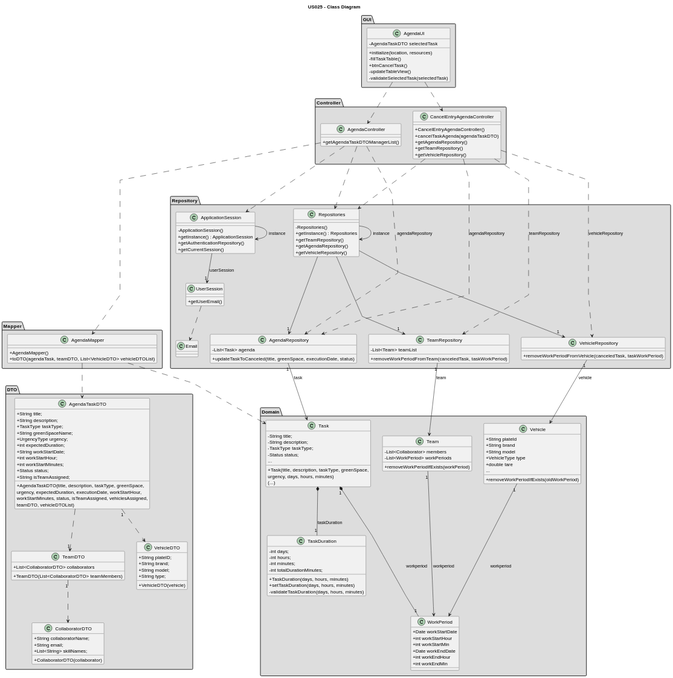
Above: docs/sprintC/us025/03.design/svg/us025-class-diagram.svg in Rui-San/LAPR2_2023_2024 (PlantUML), before the change. Source of this version:
```plantuml
@startuml
skinparam packageStyle rectangle
skinparam shadowing false
skinparam linetype polyline

skinparam classAttributeIconSize 0
title US025 - Class Diagram

package GUI <<Folder>> #DDDDDD {

class AgendaUI {
    - AgendaTaskDTO selectedTask
    + initialize(location, resources)
    - fillTaskTable()
    + btnCancelTask()
    - updateTableView()
    - validateSelectedTask(selectedTask)
}
}

package Controller <<Folder>> #DDDDDD {
class CancelEntryAgendaController {
    + CancelEntryAgendaController()
    + cancelTaskAgenda(agendaTaskDTO)
    + getAgendaRepository()
    + getTeamRepository()
    + getVehicleRepository()
}

class AgendaController{
    + getAgendaTaskDTOManagerList()
}
}

package Repository <<Folder>> #DDDDDD {
class TeamRepository{
    - List<Team> teamList

    + removeWorkPeriodFromTeam(canceledTask, taskWorkPeriod)
}

class VehicleRepository{
    + removeWorkPeriodFromVehicle(canceledTask, taskWorkPeriod)
}

class AgendaRepository{
    - List<Task> agenda

    + updateTaskToCanceled(title, greenSpace, executionDate, status)
}
class Repositories {
    - Repositories()
    + getInstance() : Repositories
    + getTeamRepository()
    + getAgendaRepository()
    + getVehicleRepository()
}

class ApplicationSession{
    - ApplicationSession()
    + getInstance() : ApplicationSession
    + getAuthenticationRepository()
    + getCurrentSession()

}

class UserSession{
    + getUserEmail()

}

class Email{

}

}


package Domain <<Folder>> #DDDDDD {
class Vehicle{
    + String plateId
    + String brand
    + String model
    + VehicleType type
    + double tare
    ...
    + removeWorkPeriodIfExists(oldWorkPeriod)
}


class Team {
    - List<Collaborator> members
    - List<WorkPeriod> workPeriods

    + removeWorkPeriodIfExists(workPeriod)
}

class Task {
    - String title;
    - String description;
    - TaskType taskType;
    - Status status;
    ...

    + Task(title, description, taskType, greenSpace,\nurgency, days, hours, minutes)
    (...)
}

class WorkPeriod{
    + Date workStartDate
    + int workStartHour
    + int workStartMin
    + Date workEndDate
    + int workEndHour
    + int workEndMin

}

class TaskDuration {
    - int days;
    - int hours;
    - int minutes;
    - int totalDurationMinutes;

    + TaskDuration(days, hours, minutes)
    + setTaskDuration(days, hours, minutes)
    - validateTaskDuration(days, hours, minutes)
}

}


package Mapper <<Folder>> #DDDDDD {

class AgendaMapper{
    + AgendaMapper()
    + toDTO(agendaTask, teamDTO, List<VehicleDTO> vehicleDTOList)

}

}

package DTO <<Folder>> #DDDDDD {

class AgendaTaskDTO {
    + String title;
    + String description;
    + TaskType taskType;
    + String greenSpaceName;
    + UrgencyType urgency;
    + int expectedDuration;
    + String workStartDate;
    + int workStartHour;
    + int workStartMinutes;
    + Status status;
    + String isTeamAssigned;

    + AgendaTaskDTO(title, description, taskType, greenSpace,\nurgency, expectedDuration, executionDate, workStartHour,\nworkStartMinutes, status, isTeamAssigned, vehiclesAssigned,\nteamDTO, vehicleDTOList)

}

class CollaboratorDTO{
    + String collaboratorName;
    + String email;
    + List<String> skillNames;

    + CollaboratorDTO(collaborator)

    }

class TeamDTO{
    + List<CollaboratorDTO> collaborators
    + TeamDTO(List<CollaboratorDTO> teamMembers)
    }

class VehicleDTO{
    + String plateID;
    + String brand;
    + String model;
    + String type;

    +VehicleDTO(vehicle)

}

}




AgendaUI ..> AgendaController
AgendaUI ..> CancelEntryAgendaController
AgendaController ...> Repositories
CancelEntryAgendaController ..> Repositories
AgendaController .> ApplicationSession
ApplicationSession -> ApplicationSession : instance
ApplicationSession -down-> "1" UserSession : userSession
UserSession ..> Email
Repositories ---> "1" AgendaRepository
Repositories ---> "1" TeamRepository
Repositories ---> "1" VehicleRepository
AgendaRepository "1" -down-> Task : task
VehicleRepository "1" -down-> Vehicle : vehicle
Task *--"1" TaskDuration : taskDuration
TeamRepository "1" -> Team : team
AgendaController ..> AgendaRepository : agendaRepository
CancelEntryAgendaController .> AgendaRepository : agendaRepository
CancelEntryAgendaController ..> TeamRepository : teamRepository
CancelEntryAgendaController ..> VehicleRepository : vehicleRepository

Repositories -> Repositories : instance
AgendaController ..right...> AgendaMapper
AgendaMapper ..> AgendaTaskDTO
AgendaTaskDTO ..> "1"TeamDTO
AgendaMapper ..> Task
TeamDTO "1" ..> CollaboratorDTO
AgendaTaskDTO "1" ..> VehicleDTO
Vehicle "1" -down--> WorkPeriod : workperiod
Team "1" -down--> WorkPeriod : workperiod
Task "1" *---"1" WorkPeriod : workperiod
@enduml
```
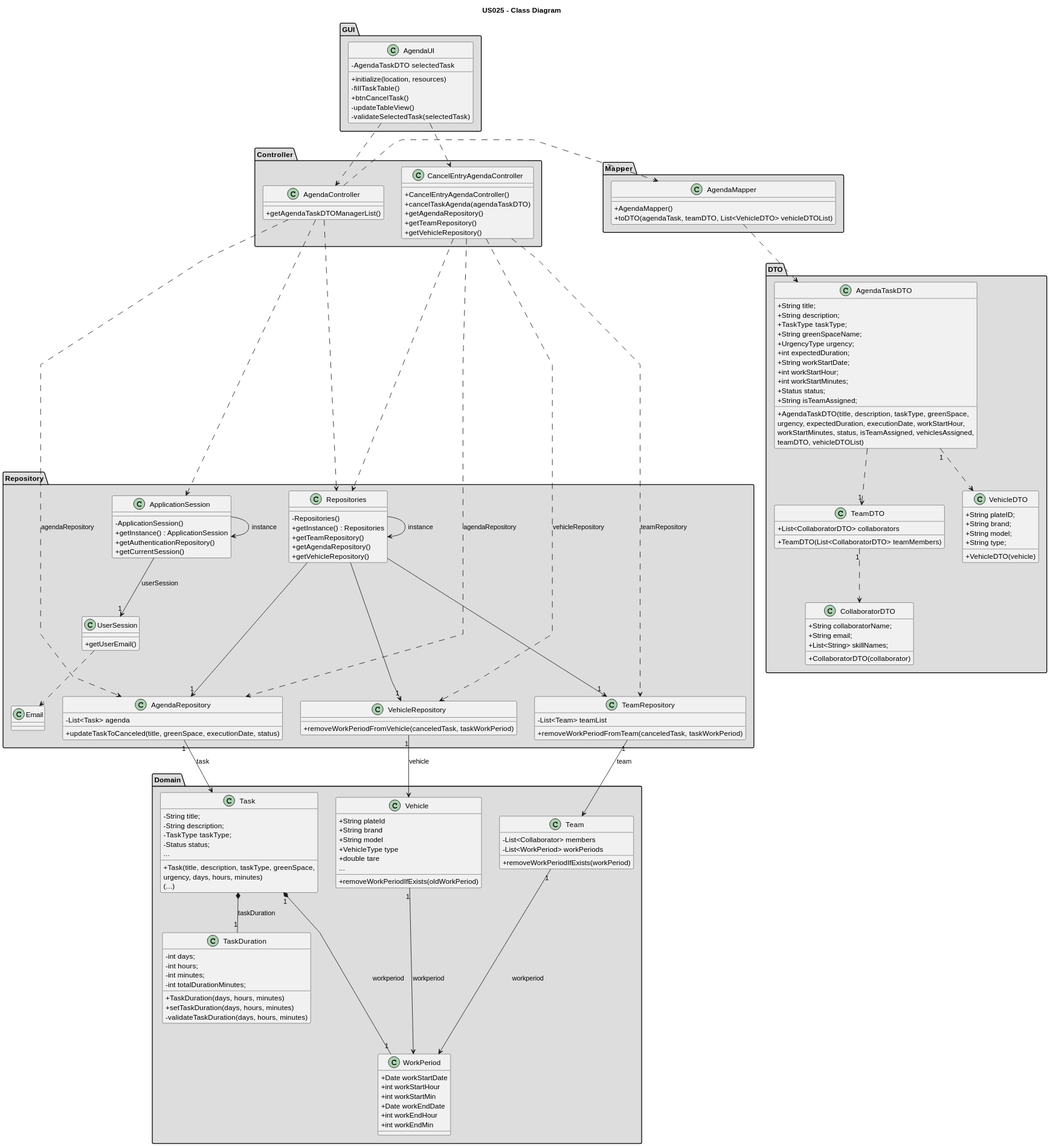
After the change.

The edit, as a diff of the source:
```diff
@@ -207,12 +207,10 @@
 CancelEntryAgendaController .> AgendaRepository : agendaRepository
 CancelEntryAgendaController ..> TeamRepository : teamRepository
 CancelEntryAgendaController ..> VehicleRepository : vehicleRepository
-
 Repositories -> Repositories : instance
 AgendaController ..right...> AgendaMapper
 AgendaMapper ..> AgendaTaskDTO
 AgendaTaskDTO ..> "1"TeamDTO
-AgendaMapper ..> Task
 TeamDTO "1" ..> CollaboratorDTO
 AgendaTaskDTO "1" ..> VehicleDTO
 Vehicle "1" -down--> WorkPeriod : workperiod
```
